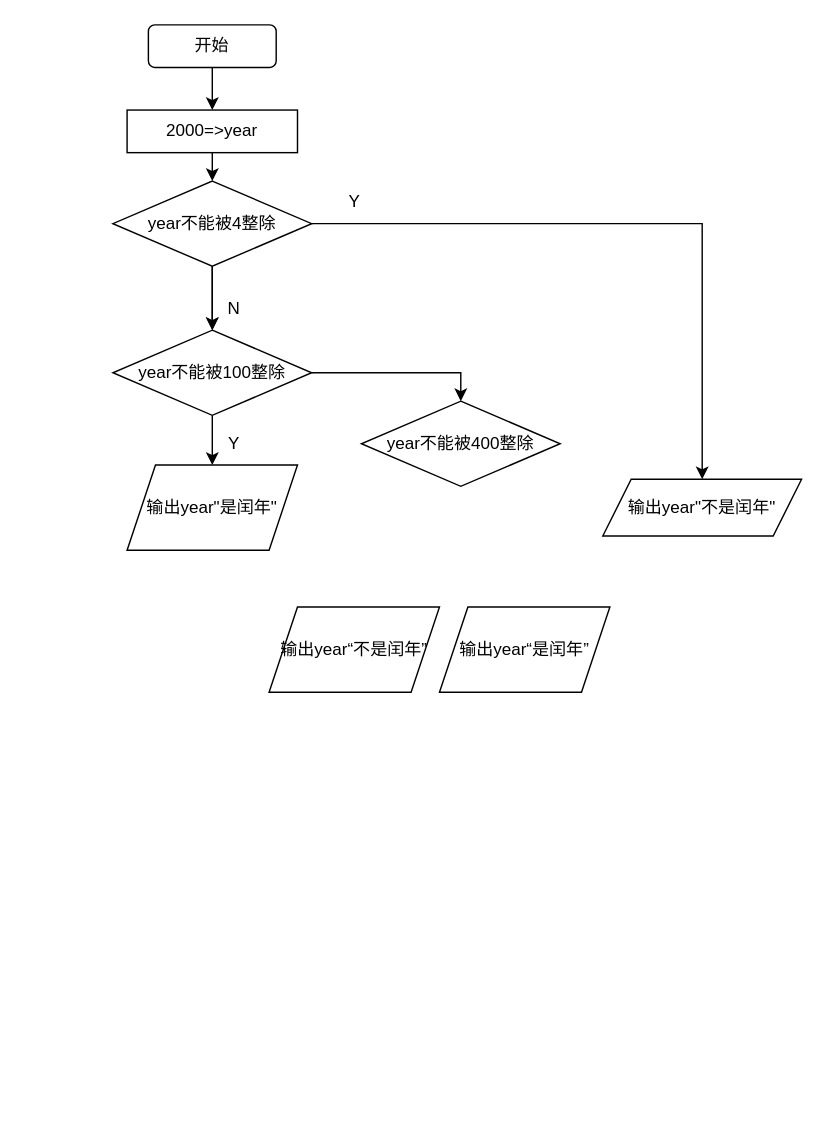
The draw.io diagram 未命名绘图.drawio in susanteen/BIGChongloumengVIS, before the edit. Source tidied: cells renumbered, new cells numbered last; positions are measured from the earlier drawing's top-left corner, leaving out a move shared by most shapes. Both pictures are drawn from the tidied source at 142%, with x=0, y=0 at pixel (112, 24).
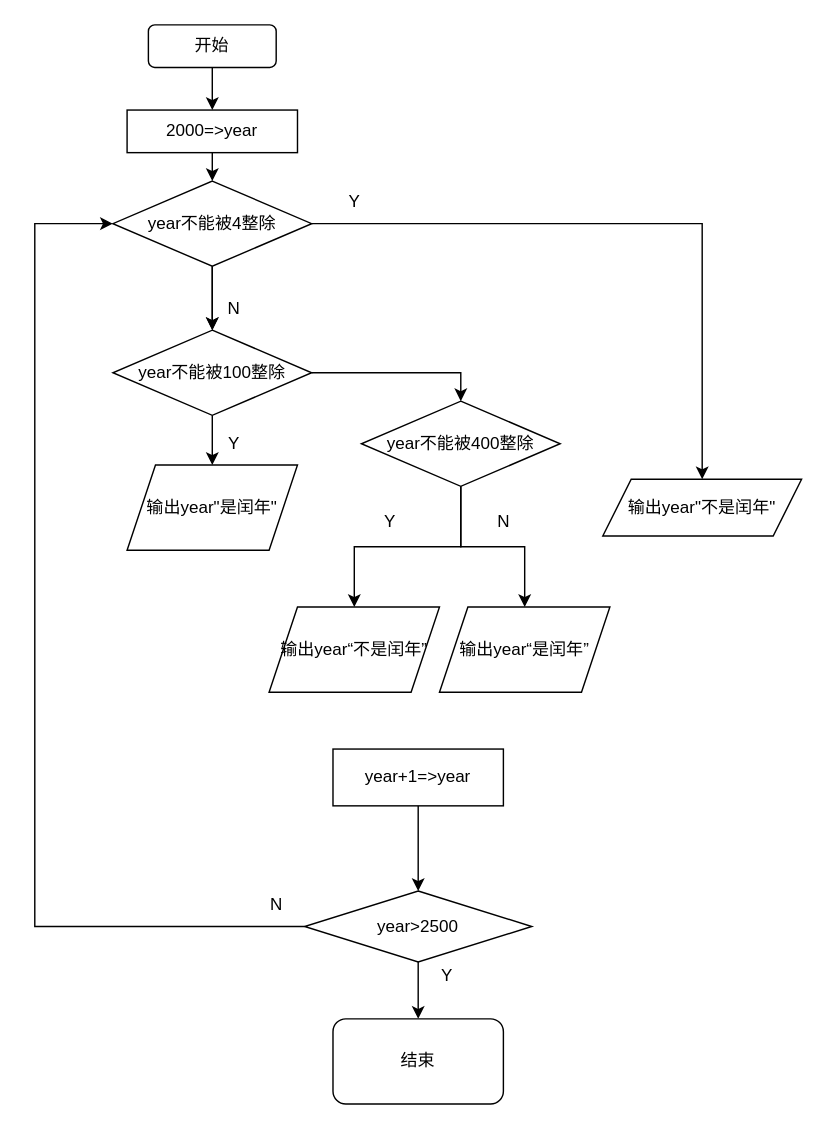
Above is the later version.

Commit message (it also covers changes not shown here):
更新未命名绘图.drawio

The change refers to these unchanged cells:
```xml
<mxCell id="9" value="year不能被4整除" style="rhombus;whiteSpace=wrap;html=1;" parent="1" vertex="1">
  <mxGeometry y="110" width="140" height="60" as="geometry" />
</mxCell>
<mxCell id="16" value="year不能被400整除" style="rhombus;whiteSpace=wrap;html=1;" parent="1" vertex="1">
  <mxGeometry x="175" y="265" width="140" height="60" as="geometry" />
</mxCell>
<mxCell id="19" value="输出year“不是闰年”" style="shape=parallelogram;perimeter=parallelogramPerimeter;whiteSpace=wrap;html=1;fixedSize=1;" parent="1" vertex="1">
  <mxGeometry x="110" y="410" width="120" height="60" as="geometry" />
</mxCell>
<mxCell id="20" value="输出year“是闰年”" style="shape=parallelogram;perimeter=parallelogramPerimeter;whiteSpace=wrap;html=1;fixedSize=1;" parent="1" vertex="1">
  <mxGeometry x="230" y="410" width="120" height="60" as="geometry" />
</mxCell>
```

Diff of the diagram source:
```diff
@@
+    <mxCell id="21" style="edgeStyle=orthogonalEdgeStyle;rounded=0;jettySize=auto;html=1;entryX=0.5;entryY=0;entryDx=0;entryDy=0;" parent="1" edge="1" source="16" target="19">
+      <mxGeometry relative="1" as="geometry" />
+    </mxCell>
+    <mxCell id="22" style="edgeStyle=orthogonalEdgeStyle;rounded=0;jettySize=auto;html=1;entryX=0.5;entryY=0;entryDx=0;entryDy=0;" parent="1" edge="1" source="16" target="20">
+      <mxGeometry relative="1" as="geometry" />
+    </mxCell>
@@
+    <mxCell id="23" value="Y" style="text;html=1;align=center;verticalAlign=middle;strokeColor=none;fillColor=none;" parent="1" vertex="1">
+      <mxGeometry x="180" y="335" width="30" height="30" as="geometry" />
+    </mxCell>
+    <mxCell id="24" value="N" style="text;html=1;align=center;verticalAlign=middle;strokeColor=none;fillColor=none;" parent="1" vertex="1">
+      <mxGeometry x="260" y="335" width="30" height="30" as="geometry" />
+    </mxCell>
+    <mxCell id="25" style="edgeStyle=orthogonalEdgeStyle;rounded=0;jettySize=auto;html=1;" parent="1" edge="1" source="26" target="29">
+      <mxGeometry relative="1" as="geometry" />
+    </mxCell>
+    <mxCell id="26" value="year+1=&amp;gt;year" style="whiteSpace=wrap;html=1;" parent="1" vertex="1">
+      <mxGeometry x="155" y="510" width="120" height="40" as="geometry" />
+    </mxCell>
+    <mxCell id="27" style="edgeStyle=orthogonalEdgeStyle;rounded=0;jettySize=auto;html=1;entryX=0.5;entryY=0;entryDx=0;entryDy=0;" parent="1" edge="1" source="29" target="30">
+      <mxGeometry relative="1" as="geometry" />
+    </mxCell>
+    <mxCell id="28" style="edgeStyle=orthogonalEdgeStyle;rounded=0;jettySize=auto;html=1;entryX=0;entryY=0.5;entryDx=0;entryDy=0;" parent="1" edge="1" source="29" target="9">
+      <mxGeometry relative="1" as="geometry">
+        <Array as="points">
+          <mxPoint x="-55" y="635" />
+          <mxPoint x="-55" y="140" />
+        </Array>
+      </mxGeometry>
+    </mxCell>
+    <mxCell id="29" value="year&amp;gt;2500" style="rhombus;whiteSpace=wrap;html=1;" parent="1" vertex="1">
+      <mxGeometry x="135" y="610" width="160" height="50" as="geometry" />
+    </mxCell>
+    <mxCell id="30" value="结束" style="rounded=1;whiteSpace=wrap;html=1;" parent="1" vertex="1">
+      <mxGeometry x="155" y="700" width="120" height="60" as="geometry" />
+    </mxCell>
+    <mxCell id="31" value="Y" style="text;html=1;align=center;verticalAlign=middle;strokeColor=none;fillColor=none;" parent="1" vertex="1">
+      <mxGeometry x="220" y="655" width="30" height="30" as="geometry" />
+    </mxCell>
+    <mxCell id="32" value="N" style="text;html=1;align=center;verticalAlign=middle;strokeColor=none;fillColor=none;" parent="1" vertex="1">
+      <mxGeometry x="100" y="605" width="30" height="30" as="geometry" />
+    </mxCell>
```
